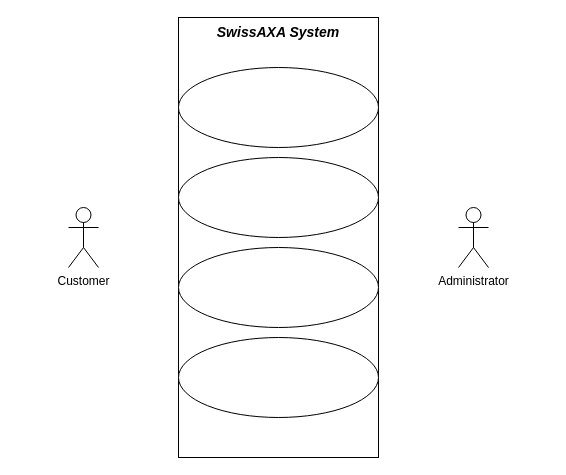
Earlier version of the draw.io diagram Project - Agile Software Engineering Diagram 3.drawio (Matasem-h/SimpleFlowcharts). Source tidied: cells renumbered, new cells numbered last; positions are measured from the earlier drawing's top-left corner, leaving out a move shared by most shapes. Both pictures are drawn from the tidied source at 100%, with x=0, y=0 at pixel (68, 17).
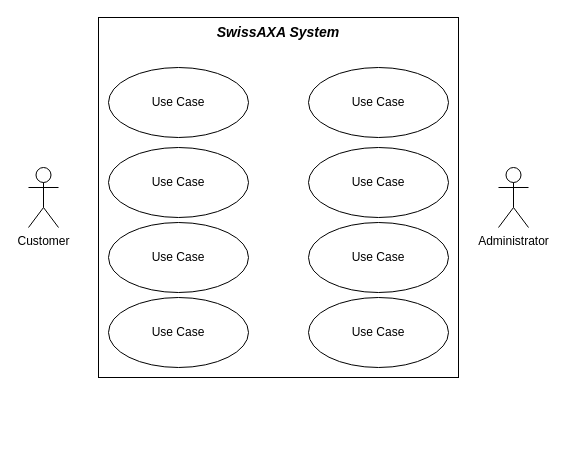
After the change.

Change to the diagram source:
```diff
@@
 <mxGraphModel>
   <root>
     <mxCell id="0" />
     <mxCell id="1" parent="0" />
     <mxCell id="2" value="&lt;span&gt;&lt;b&gt;SwissAXA System&lt;/b&gt;&lt;/span&gt;" style="rounded=0;whiteSpace=wrap;html=1;verticalAlign=top;fontSize=14;fontStyle=2;" parent="1" vertex="1">
-      <mxGeometry x="110" width="200" height="440" as="geometry" />
+      <mxGeometry x="30" width="360" height="360" as="geometry" />
     </mxCell>
     <mxCell id="3" value="Customer" style="shape=umlActor;verticalLabelPosition=bottom;verticalAlign=top;html=1;" parent="1" vertex="1">
-      <mxGeometry y="190" width="30" height="60" as="geometry" />
+      <mxGeometry x="-40" y="150" width="30" height="60" as="geometry" />
     </mxCell>
     <mxCell id="4" value="Administrator" style="shape=umlActor;verticalLabelPosition=bottom;verticalAlign=top;html=1;" parent="1" vertex="1">
-      <mxGeometry x="390" y="190" width="30" height="60" as="geometry" />
+      <mxGeometry x="430" y="150" width="30" height="60" as="geometry" />
     </mxCell>
-    <mxCell id="5" style="ellipse;whiteSpace=wrap;html=1;" parent="1" vertex="1">
-      <mxGeometry x="110" y="50" width="200" height="80" as="geometry" />
-    </mxCell>
-    <mxCell id="6" style="ellipse;whiteSpace=wrap;html=1;" parent="1" vertex="1">
-      <mxGeometry x="110" y="140" width="200" height="80" as="geometry" />
-    </mxCell>
-    <mxCell id="7" style="ellipse;whiteSpace=wrap;html=1;" parent="1" vertex="1">
-      <mxGeometry x="110" y="230" width="200" height="80" as="geometry" />
-    </mxCell>
-    <mxCell id="8" style="ellipse;whiteSpace=wrap;html=1;" parent="1" vertex="1">
-      <mxGeometry x="110" y="320" width="200" height="80" as="geometry" />
-    </mxCell>
+    <mxCell id="9" value="Use Case" style="ellipse;whiteSpace=wrap;html=1;" parent="1" vertex="1">
+      <mxGeometry x="40" y="50" width="140" height="70" as="geometry" />
+    </mxCell>
+    <mxCell id="10" value="Use Case" style="ellipse;whiteSpace=wrap;html=1;" parent="1" vertex="1">
+      <mxGeometry x="240" y="50" width="140" height="70" as="geometry" />
+    </mxCell>
+    <mxCell id="11" value="Use Case" style="ellipse;whiteSpace=wrap;html=1;" parent="1" vertex="1">
+      <mxGeometry x="40" y="130" width="140" height="70" as="geometry" />
+    </mxCell>
+    <mxCell id="12" value="Use Case" style="ellipse;whiteSpace=wrap;html=1;" parent="1" vertex="1">
+      <mxGeometry x="240" y="130" width="140" height="70" as="geometry" />
+    </mxCell>
+    <mxCell id="13" value="Use Case" style="ellipse;whiteSpace=wrap;html=1;" parent="1" vertex="1">
+      <mxGeometry x="40" y="205" width="140" height="70" as="geometry" />
+    </mxCell>
+    <mxCell id="14" value="Use Case" style="ellipse;whiteSpace=wrap;html=1;" parent="1" vertex="1">
+      <mxGeometry x="240" y="205" width="140" height="70" as="geometry" />
+    </mxCell>
+    <mxCell id="15" value="Use Case" style="ellipse;whiteSpace=wrap;html=1;" parent="1" vertex="1">
+      <mxGeometry x="40" y="280" width="140" height="70" as="geometry" />
+    </mxCell>
+    <mxCell id="16" value="Use Case" style="ellipse;whiteSpace=wrap;html=1;" parent="1" vertex="1">
+      <mxGeometry x="240" y="280" width="140" height="70" as="geometry" />
+    </mxCell>
   </root>
 </mxGraphModel>
```
